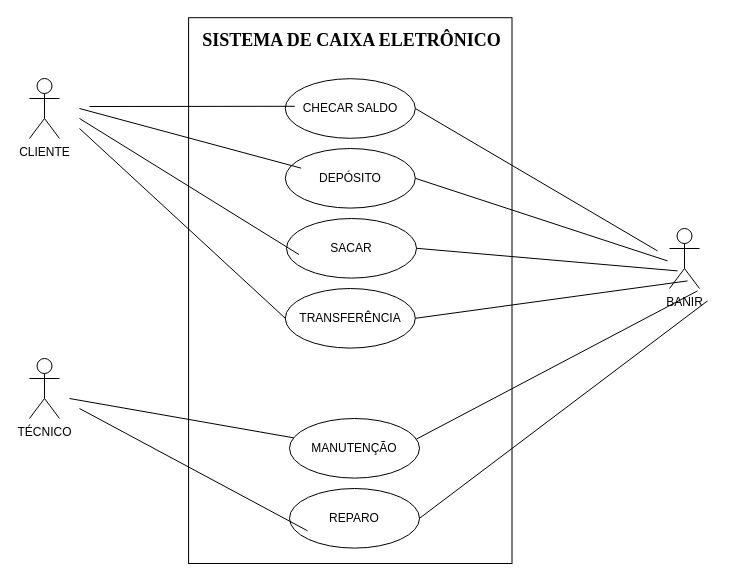
Above: page "Página-2" (2 of 2) of Diagrama sem nome.drawio in HUGOLEONARDOPE/diagramasderequisito (draw.io), before the change. Source tidied: cells renumbered, new cells numbered last; positions are measured from the earlier drawing's top-left corner, leaving out a move shared by most shapes. Both pictures are drawn from the tidied source at 100%, with x=0, y=0 at pixel (29, 18).
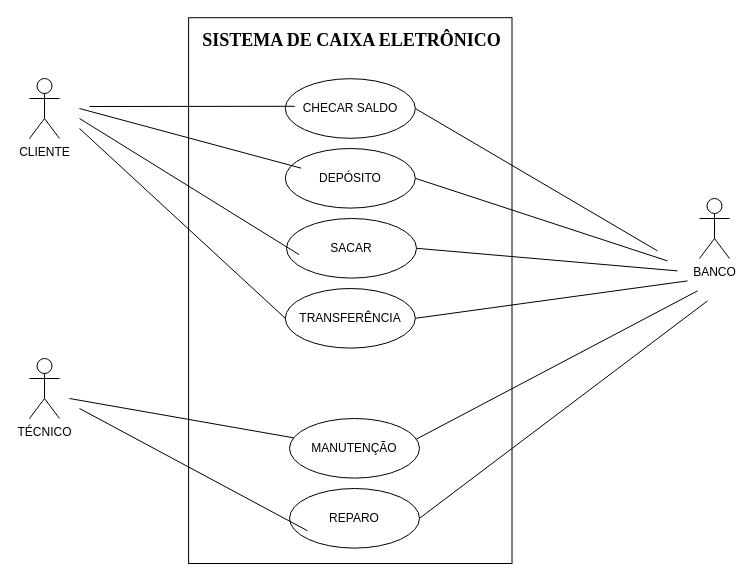
The same diagram, later.

What changed in the source:
```diff
@@
-    <mxCell id="5" value="BANIR" style="shape=umlActor;verticalLabelPosition=bottom;verticalAlign=top;html=1;" parent="1" vertex="1">
-      <mxGeometry x="640" y="210" width="30" height="60" as="geometry" />
+    <mxCell id="5" value="BANCO" style="shape=umlActor;verticalLabelPosition=bottom;verticalAlign=top;html=1;" parent="1" vertex="1">
+      <mxGeometry x="670" y="180" width="30" height="60" as="geometry" />
     </mxCell>
```
